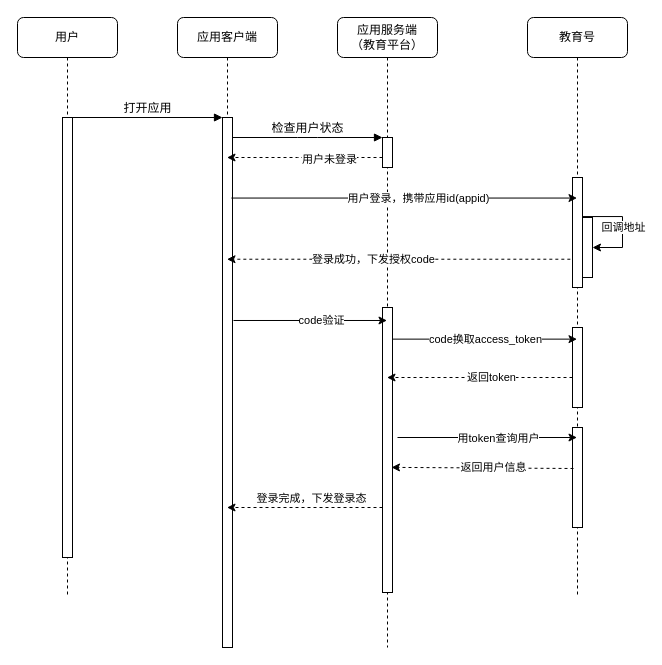
Earlier version of the draw.io diagram 应用用户登录.drawio (liangdengming/diagrams). Source tidied: cells renumbered, new cells numbered last; positions are measured from the earlier drawing's top-left corner, leaving out a move shared by most shapes. Both pictures are drawn from the tidied source at 100%, with x=0, y=0 at pixel (17, 17).
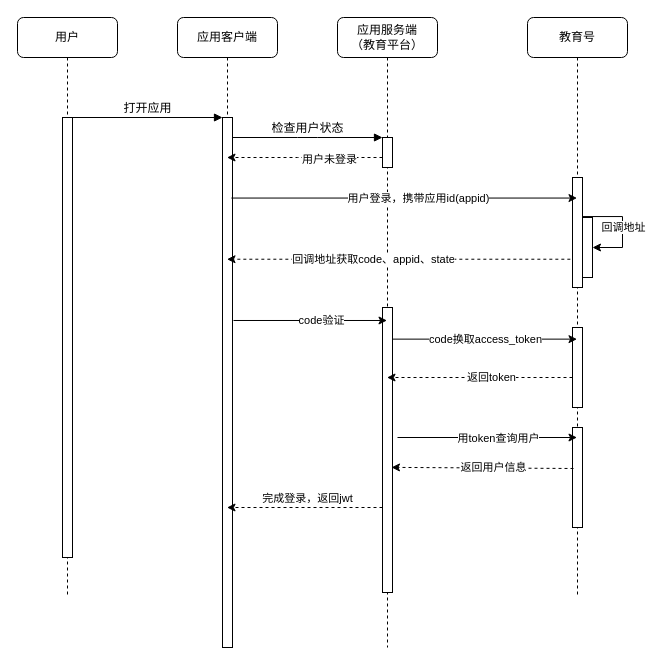
The same diagram, later.

Commit message (it also covers changes not shown here):
应用用户登录.drawio

The change refers to these unchanged cells:
```xml
<mxCell id="26" style="rounded=0;jettySize=auto;html=1;elbow=vertical;dashed=1;exitX=-0.216;exitY=0.743;exitDx=0;exitDy=0;exitPerimeter=0;" parent="1" edge="1" source="15" target="2">
  <mxGeometry relative="1" as="geometry" />
</mxCell>
<mxCell id="38" style="rounded=0;jettySize=auto;html=1;elbow=vertical;dashed=1;" parent="1" edge="1" source="8" target="2">
  <mxGeometry relative="1" as="geometry">
    <Array as="points">
      <mxPoint x="240" y="490" />
    </Array>
  </mxGeometry>
</mxCell>
```

What changed in the source:
```diff
@@
-    <mxCell id="27" value="登录成功，下发授权code" style="edgeLabel;html=1;align=center;verticalAlign=middle;" parent="26" vertex="1">
+    <mxCell id="27" value="回调地址获取code、appid、state" style="edgeLabel;html=1;align=center;verticalAlign=middle;" parent="26" vertex="1">
       <mxGeometry x="0.15" relative="1" as="geometry" />
     </mxCell>
@@
-    <mxCell id="39" value="登录完成，下发登录态" style="edgeLabel;html=1;align=center;verticalAlign=middle;" parent="38" vertex="1">
+    <mxCell id="39" value="完成登录，返回jwt" style="edgeLabel;html=1;align=center;verticalAlign=middle;" parent="38" vertex="1">
       <mxGeometry x="-0.31" y="-1" relative="1" as="geometry">
-        <mxPoint x="-18" y="-9" as="offset" />
+        <mxPoint x="-22" y="-9" as="offset" />
       </mxGeometry>
     </mxCell>
```
